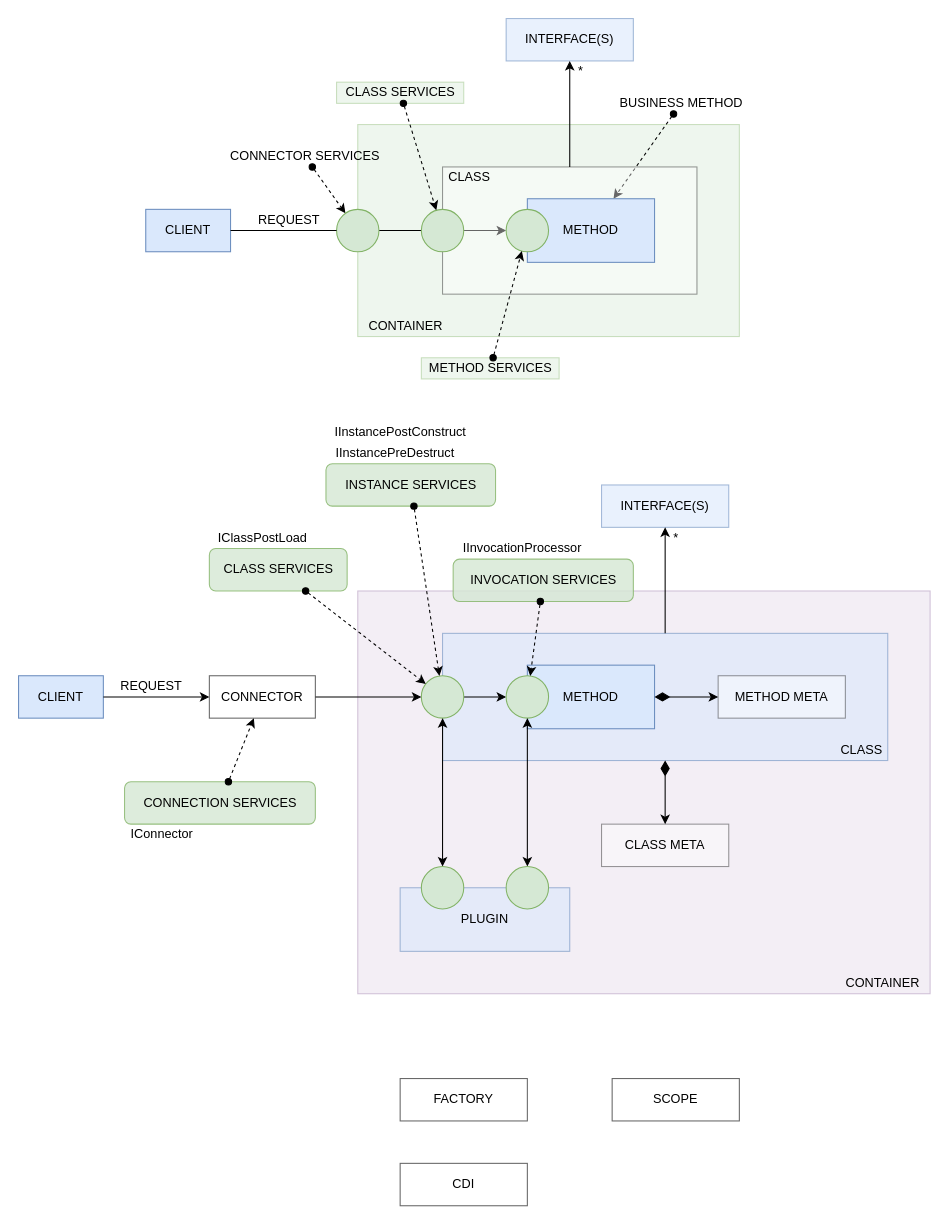
Earlier version of the draw.io diagram page "Services Overview" (3 of 11) of docs/container.drawio (js-lib-com/tiny-container). Source tidied: cells renumbered, new cells numbered last; positions are measured from the earlier drawing's top-left corner, leaving out a move shared by most shapes. Both pictures are drawn from the tidied source at 106%, with x=0, y=0 at pixel (18, 18).
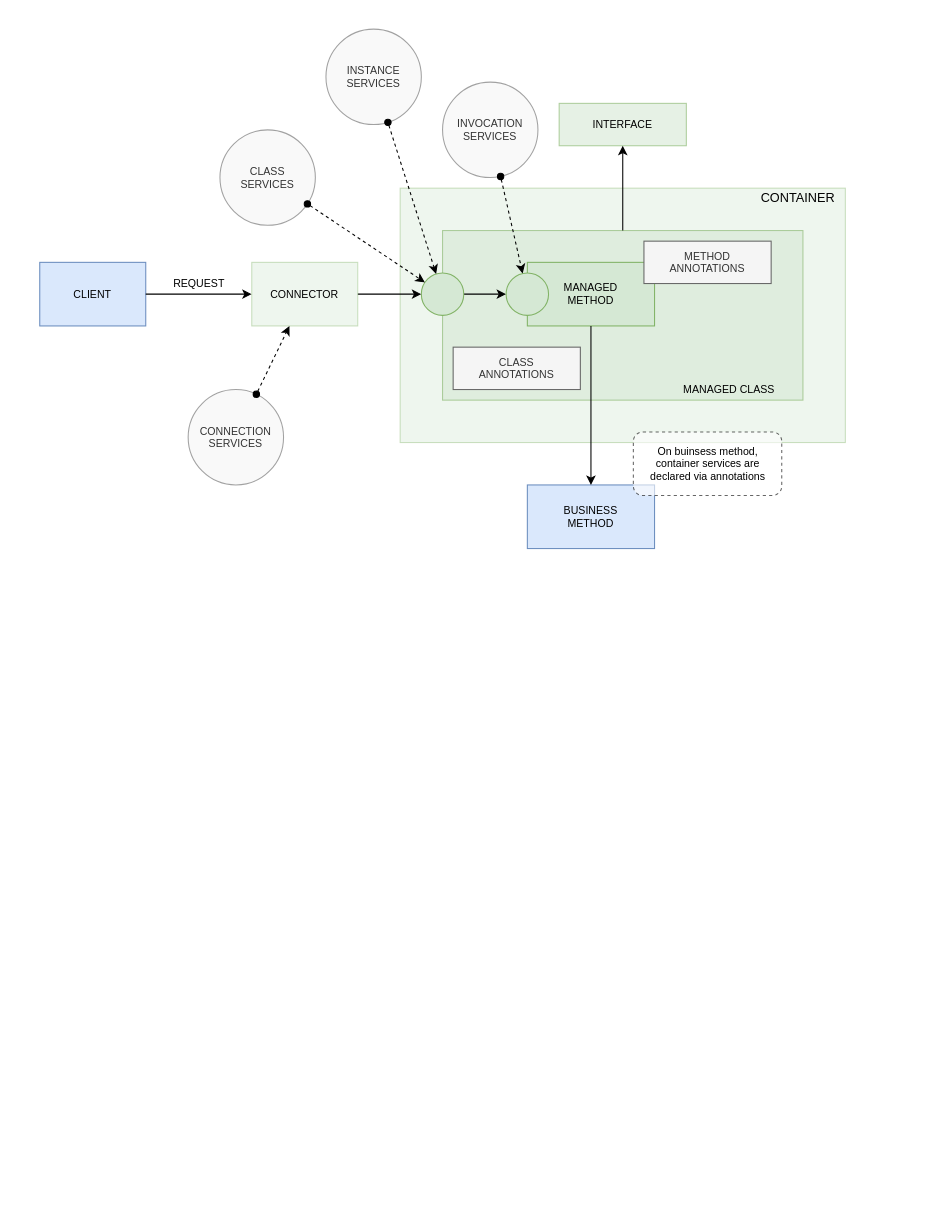
The same diagram, later.

What changed in the source:
```diff
@@
-    <mxCell id="2" style="rounded=0;whiteSpace=wrap;html=1;fillColor=#d5e8d4;strokeColor=#82b366;opacity=40;" parent="1" vertex="1">
-      <mxGeometry x="320" y="100" width="360" height="200" as="geometry" />
-    </mxCell>
-    <mxCell id="3" style="edgeStyle=orthogonalEdgeStyle;rounded=0;jettySize=auto;html=1;exitX=1;exitY=0.5;exitDx=0;exitDy=0;entryX=0;entryY=0.5;entryDx=0;entryDy=0;startArrow=none;" parent="1" edge="1" source="20" target="16">
-      <mxGeometry relative="1" as="geometry" />
-    </mxCell>
-    <mxCell id="4" value="CLIENT" style="rounded=0;whiteSpace=wrap;html=1;fillColor=#dae8fc;strokeColor=#6c8ebf;" parent="1" vertex="1">
-      <mxGeometry x="120" y="180" width="80" height="40" as="geometry" />
-    </mxCell>
-    <mxCell id="5" value="CONTAINER" style="text;html=1;align=center;verticalAlign=middle;strokeColor=none;fillColor=none;" parent="1" vertex="1">
-      <mxGeometry x="320" y="280" width="90" height="20" as="geometry" />
-    </mxCell>
-    <mxCell id="6" value="METHOD SERVICES" style="text;html=1;align=center;verticalAlign=middle;points=[];strokeColor=#82b366;fillColor=#d5e8d4;opacity=40;" parent="1" vertex="1">
-      <mxGeometry x="380" y="320" width="130" height="20" as="geometry" />
-    </mxCell>
-    <mxCell id="7" value="BUSINESS METHOD" style="text;html=1;align=center;verticalAlign=middle;points=[];strokeColor=none;fillColor=none;" parent="1" vertex="1">
-      <mxGeometry x="560" y="70" width="130" height="20" as="geometry" />
-    </mxCell>
-    <mxCell id="8" style="endArrow=classic;dashed=1;html=1;startArrow=oval;startFill=1;endFill=1;" parent="1" edge="1" source="7" target="10">
-      <mxGeometry relative="1" as="geometry" />
-    </mxCell>
-    <mxCell id="9" style="rounded=0;whiteSpace=wrap;html=1;opacity=40;" parent="1" vertex="1">
-      <mxGeometry x="400" y="140" width="240" height="120" as="geometry" />
-    </mxCell>
-    <mxCell id="10" value="METHOD" style="rounded=0;whiteSpace=wrap;html=1;fillColor=#dae8fc;strokeColor=#6c8ebf;" parent="1" vertex="1">
-      <mxGeometry x="480" y="170" width="120" height="60" as="geometry" />
-    </mxCell>
-    <mxCell id="11" value="CLASS" style="text;html=1;align=center;verticalAlign=middle;strokeColor=none;fillColor=none;" parent="1" vertex="1">
-      <mxGeometry x="400" y="140" width="50" height="20" as="geometry" />
-    </mxCell>
-    <mxCell id="12" style="ellipse;whiteSpace=wrap;html=1;fillColor=#d5e8d4;strokeColor=#82b366;" parent="1" vertex="1">
-      <mxGeometry x="380" y="180" width="40" height="40" as="geometry" />
-    </mxCell>
-    <mxCell id="13" value="CLASS SERVICES" style="text;html=1;align=center;verticalAlign=middle;points=[];strokeColor=#82b366;fillColor=#d5e8d4;opacity=40;" parent="1" vertex="1">
-      <mxGeometry x="300" y="60" width="120" height="20" as="geometry" />
-    </mxCell>
-    <mxCell id="14" value="CONNECTOR SERVICES" style="text;html=1;align=center;verticalAlign=middle;points=[];strokeColor=none;fillColor=none;" parent="1" vertex="1">
-      <mxGeometry x="190" y="120" width="160" height="20" as="geometry" />
-    </mxCell>
-    <mxCell id="15" style="endArrow=classic;dashed=1;html=1;startArrow=oval;startFill=1;endFill=1;" parent="1" edge="1" source="14" target="20">
-      <mxGeometry relative="1" as="geometry" />
-    </mxCell>
-    <mxCell id="16" style="ellipse;whiteSpace=wrap;html=1;fillColor=#d5e8d4;strokeColor=#82b366;" parent="1" vertex="1">
-      <mxGeometry x="460" y="180" width="40" height="40" as="geometry" />
-    </mxCell>
-    <mxCell id="17" value="INTERFACE(S)" style="rounded=0;whiteSpace=wrap;html=1;fillColor=#dae8fc;strokeColor=#6c8ebf;opacity=60;" parent="1" vertex="1">
-      <mxGeometry x="460" width="120" height="40" as="geometry" />
-    </mxCell>
-    <mxCell id="18" style="endArrow=classic;html=1;" parent="1" edge="1" source="9" target="17">
-      <mxGeometry relative="1" as="geometry" />
-    </mxCell>
-    <mxCell id="19" value="REQUEST" style="text;html=1;align=center;verticalAlign=middle;strokeColor=none;fillColor=none;" parent="1" vertex="1">
-      <mxGeometry x="220" y="180" width="70" height="20" as="geometry" />
-    </mxCell>
-    <mxCell id="20" style="ellipse;whiteSpace=wrap;html=1;fillColor=#d5e8d4;strokeColor=#82b366;" parent="1" vertex="1">
-      <mxGeometry x="300" y="180" width="40" height="40" as="geometry" />
-    </mxCell>
-    <mxCell id="21" style="edgeStyle=orthogonalEdgeStyle;rounded=0;jettySize=auto;html=1;exitX=1;exitY=0.5;exitDx=0;exitDy=0;entryX=0;entryY=0.5;entryDx=0;entryDy=0;endArrow=none;" parent="1" edge="1" source="4" target="20">
-      <mxGeometry relative="1" as="geometry" />
-    </mxCell>
-    <mxCell id="22" style="endArrow=classic;dashed=1;html=1;startArrow=oval;startFill=1;endFill=1;" parent="1" edge="1" source="13" target="12">
-      <mxGeometry relative="1" as="geometry" />
-    </mxCell>
-    <mxCell id="23" value="*" style="text;html=1;align=center;verticalAlign=middle;strokeColor=none;fillColor=none;" parent="1" vertex="1">
-      <mxGeometry x="520" y="40" width="20" height="20" as="geometry" />
-    </mxCell>
-    <mxCell id="24" style="endArrow=classic;dashed=1;html=1;startArrow=oval;startFill=1;endFill=1;" parent="1" edge="1" source="6" target="16">
-      <mxGeometry relative="1" as="geometry" />
-    </mxCell>
-    <mxCell id="25" style="rounded=0;whiteSpace=wrap;html=1;fillColor=#e1d5e7;strokeColor=#9673a6;opacity=40;" parent="1" vertex="1">
-      <mxGeometry x="320" y="540" width="540" height="380" as="geometry" />
+    <mxCell id="25" style="rounded=0;whiteSpace=wrap;html=1;fillColor=#d5e8d4;strokeColor=#82b366;opacity=40;" parent="1" vertex="1">
+      <mxGeometry x="360" y="160" width="420" height="240" as="geometry" />
     </mxCell>
-    <mxCell id="26" value="CLIENT" style="rounded=0;whiteSpace=wrap;html=1;fillColor=#dae8fc;strokeColor=#6c8ebf;" parent="1" vertex="1">
-      <mxGeometry y="620" width="80" height="40" as="geometry" />
+    <mxCell id="26" value="CLIENT" style="rounded=0;whiteSpace=wrap;html=1;fillColor=#dae8fc;strokeColor=#6c8ebf;fontSize=10;" parent="1" vertex="1">
+      <mxGeometry x="20" y="230" width="100" height="60" as="geometry" />
     </mxCell>
     <mxCell id="27" value="CONTAINER" style="text;html=1;align=center;verticalAlign=middle;strokeColor=none;fillColor=none;" parent="1" vertex="1">
-      <mxGeometry x="770" y="900" width="90" height="20" as="geometry" />
+      <mxGeometry x="690" y="160" width="90" height="20" as="geometry" />
     </mxCell>
-    <mxCell id="28" value="INVOCATION SERVICES" style="text;html=1;align=center;verticalAlign=middle;points=[];strokeColor=#82b366;fillColor=#d5e8d4;spacingTop=0;spacing=8;rounded=1;opacity=80;" parent="1" vertex="1">
-      <mxGeometry x="410" y="510" width="170" height="40" as="geometry" />
-    </mxCell>
-    <mxCell id="29" style="rounded=0;whiteSpace=wrap;html=1;opacity=60;fillColor=#dae8fc;strokeColor=#6c8ebf;" parent="1" vertex="1">
-      <mxGeometry x="400" y="580" width="420" height="120" as="geometry" />
+    <mxCell id="29" style="rounded=0;whiteSpace=wrap;html=1;opacity=60;fillColor=#d5e8d4;strokeColor=#82b366;" parent="1" vertex="1">
+      <mxGeometry x="400" y="200" width="340" height="160" as="geometry" />
     </mxCell>
-    <mxCell id="30" value="METHOD" style="rounded=0;whiteSpace=wrap;html=1;fillColor=#dae8fc;strokeColor=#6c8ebf;" parent="1" vertex="1">
-      <mxGeometry x="480" y="610" width="120" height="60" as="geometry" />
+    <mxCell id="30" value="MANAGED&lt;br&gt;METHOD" style="rounded=0;whiteSpace=wrap;html=1;fillColor=#d5e8d4;strokeColor=#82b366;fontSize=10;" parent="1" vertex="1">
+      <mxGeometry x="480" y="230" width="120" height="60" as="geometry" />
     </mxCell>
-    <mxCell id="31" value="CLASS" style="text;html=1;align=center;verticalAlign=middle;strokeColor=none;fillColor=none;" parent="1" vertex="1">
-      <mxGeometry x="770" y="680" width="50" height="20" as="geometry" />
-    </mxCell>
@@
     <mxCell id="33" style="ellipse;whiteSpace=wrap;html=1;fillColor=#d5e8d4;strokeColor=#82b366;" parent="1" vertex="1">
-      <mxGeometry x="380" y="620" width="40" height="40" as="geometry" />
+      <mxGeometry x="380" y="240" width="40" height="40" as="geometry" />
     </mxCell>
-    <mxCell id="34" value="CLASS SERVICES" style="text;html=1;align=center;verticalAlign=middle;points=[];strokeColor=#82b366;fillColor=#d5e8d4;rounded=1;spacing=8;opacity=80;" parent="1" vertex="1">
-      <mxGeometry x="180" y="500" width="130" height="40" as="geometry" />
-    </mxCell>
     <mxCell id="35" style="ellipse;whiteSpace=wrap;html=1;fillColor=#d5e8d4;strokeColor=#82b366;" parent="1" vertex="1">
-      <mxGeometry x="460" y="620" width="40" height="40" as="geometry" />
+      <mxGeometry x="460" y="240" width="40" height="40" as="geometry" />
     </mxCell>
-    <mxCell id="36" value="INTERFACE(S)" style="rounded=0;whiteSpace=wrap;html=1;fillColor=#dae8fc;strokeColor=#6c8ebf;opacity=60;" parent="1" vertex="1">
-      <mxGeometry x="550" y="440" width="120" height="40" as="geometry" />
+    <mxCell id="36" value="INTERFACE" style="rounded=0;whiteSpace=wrap;html=1;fillColor=#d5e8d4;strokeColor=#82b366;opacity=60;fontSize=10;" parent="1" vertex="1">
+      <mxGeometry x="510" y="80" width="120" height="40" as="geometry" />
     </mxCell>
@@
-    <mxCell id="38" value="REQUEST" style="text;html=1;align=center;verticalAlign=middle;strokeColor=none;fillColor=none;" parent="1" vertex="1">
-      <mxGeometry x="90" y="620" width="70" height="20" as="geometry" />
+    <mxCell id="38" value="REQUEST" style="text;html=1;align=center;verticalAlign=middle;strokeColor=none;fillColor=none;fontSize=10;" parent="1" vertex="1">
+      <mxGeometry x="140" y="240" width="60" height="20" as="geometry" />
     </mxCell>
@@
-    <mxCell id="40" style="endArrow=classic;dashed=1;html=1;startArrow=oval;startFill=1;endFill=1;" parent="1" edge="1" source="34" target="33">
-      <mxGeometry relative="1" as="geometry" />
-    </mxCell>
-    <mxCell id="41" value="*" style="text;html=1;align=center;verticalAlign=middle;strokeColor=none;fillColor=none;" parent="1" vertex="1">
-      <mxGeometry x="610" y="480" width="20" height="20" as="geometry" />
-    </mxCell>
-    <mxCell id="42" style="endArrow=classic;dashed=1;html=1;startArrow=oval;startFill=1;endFill=1;" parent="1" edge="1" source="28" target="35">
-      <mxGeometry relative="1" as="geometry" />
-    </mxCell>
-    <mxCell id="43" value="METHOD META" style="rounded=0;whiteSpace=wrap;html=1;opacity=40;" parent="1" vertex="1">
-      <mxGeometry x="660" y="620" width="120" height="40" as="geometry" />
+    <mxCell id="43" value="METHOD&lt;br&gt;ANNOTATIONS" style="rounded=0;whiteSpace=wrap;html=1;fontSize=10;fillColor=#f5f5f5;strokeColor=#666666;fontColor=#333333;" parent="1" vertex="1">
+      <mxGeometry x="590" y="210" width="120" height="40" as="geometry" />
     </mxCell>
-    <mxCell id="44" value="CLASS META" style="rounded=0;whiteSpace=wrap;html=1;opacity=40;" parent="1" vertex="1">
-      <mxGeometry x="550" y="760" width="120" height="40" as="geometry" />
+    <mxCell id="44" value="CLASS&lt;br&gt;ANNOTATIONS" style="rounded=0;whiteSpace=wrap;html=1;fontSize=10;fillColor=#f5f5f5;strokeColor=#666666;fontColor=#333333;" parent="1" vertex="1">
+      <mxGeometry x="410" y="310" width="120" height="40" as="geometry" />
     </mxCell>
-    <mxCell id="45" style="endArrow=classic;html=1;startArrow=diamondThin;startFill=1;startSize=12;" parent="1" edge="1" source="29" target="44">
-      <mxGeometry relative="1" as="geometry" />
-    </mxCell>
-    <mxCell id="46" style="endArrow=classic;html=1;startArrow=diamondThin;startFill=1;startSize=12;" parent="1" edge="1" source="30" target="43">
-      <mxGeometry relative="1" as="geometry" />
-    </mxCell>
-    <mxCell id="47" value="FACTORY" style="rounded=0;whiteSpace=wrap;html=1;verticalAlign=middle;opacity=60;" parent="1" vertex="1">
-      <mxGeometry x="360" y="1000" width="120" height="40" as="geometry" />
-    </mxCell>
-    <mxCell id="48" value="SCOPE" style="rounded=0;whiteSpace=wrap;html=1;verticalAlign=middle;opacity=60;" parent="1" vertex="1">
-      <mxGeometry x="560" y="1000" width="120" height="40" as="geometry" />
-    </mxCell>
@@
-    <mxCell id="50" value="CONNECTOR" style="rounded=0;whiteSpace=wrap;html=1;verticalAlign=middle;opacity=60;" parent="1" vertex="1">
-      <mxGeometry x="180" y="620" width="100" height="40" as="geometry" />
+    <mxCell id="50" value="CONNECTOR" style="rounded=0;whiteSpace=wrap;html=1;verticalAlign=middle;opacity=40;fontSize=10;fillColor=#d5e8d4;strokeColor=#82b366;" parent="1" vertex="1">
+      <mxGeometry x="220" y="230" width="100" height="60" as="geometry" />
     </mxCell>
-    <mxCell id="51" value="PLUGIN" style="rounded=0;whiteSpace=wrap;html=1;verticalAlign=middle;opacity=60;fillColor=#dae8fc;strokeColor=#6c8ebf;" parent="1" vertex="1">
-      <mxGeometry x="360" y="820" width="160" height="60" as="geometry" />
-    </mxCell>
-    <mxCell id="52" style="edgeStyle=none;rounded=0;jettySize=auto;html=1;startArrow=classic;startFill=1;endArrow=classic;endFill=1;startSize=6;" parent="1" edge="1" source="53" target="33">
-      <mxGeometry relative="1" as="geometry" />
-    </mxCell>
-    <mxCell id="53" style="ellipse;whiteSpace=wrap;html=1;fillColor=#d5e8d4;strokeColor=#82b366;" parent="1" vertex="1">
-      <mxGeometry x="380" y="800" width="40" height="40" as="geometry" />
-    </mxCell>
-    <mxCell id="54" style="edgeStyle=none;rounded=0;jettySize=auto;html=1;entryX=0.5;entryY=1;entryDx=0;entryDy=0;startArrow=classic;startFill=1;endArrow=classic;endFill=1;startSize=6;" parent="1" edge="1" source="55" target="35">
-      <mxGeometry relative="1" as="geometry" />
-    </mxCell>
-    <mxCell id="55" style="ellipse;whiteSpace=wrap;html=1;fillColor=#d5e8d4;strokeColor=#82b366;" parent="1" vertex="1">
-      <mxGeometry x="460" y="800" width="40" height="40" as="geometry" />
-    </mxCell>
-    <mxCell id="56" value="INSTANCE SERVICES" style="text;html=1;align=center;verticalAlign=middle;points=[];strokeColor=#82b366;fillColor=#d5e8d4;rounded=1;spacing=8;opacity=80;" parent="1" vertex="1">
-      <mxGeometry x="290" y="420" width="160" height="40" as="geometry" />
-    </mxCell>
-    <mxCell id="57" style="endArrow=classic;dashed=1;html=1;startArrow=oval;startFill=1;endFill=1;" parent="1" edge="1" source="56" target="33">
-      <mxGeometry relative="1" as="geometry" />
-    </mxCell>
+    <mxCell id="31" value="MANAGED CLASS" style="text;html=1;align=center;verticalAlign=middle;strokeColor=none;fillColor=none;fontSize=10;fontColor=default;" parent="1" vertex="1">
+      <mxGeometry x="620" y="340" width="100" height="20" as="geometry" />
+    </mxCell>
+    <mxCell id="7" value="BUSINESS&lt;br&gt;METHOD" style="rounded=0;whiteSpace=wrap;html=1;fontSize=10;strokeColor=#6c8ebf;verticalAlign=middle;fillColor=#dae8fc;" parent="1" vertex="1">
+      <mxGeometry x="480" y="440" width="120" height="60" as="geometry" />
+    </mxCell>
+    <mxCell id="8" style="endArrow=classic;html=1;startArrow=none;startFill=0;endFill=1;" parent="1" edge="1" source="30" target="7">
+      <mxGeometry relative="1" as="geometry" />
+    </mxCell>
+    <mxCell id="66" value="On buinsess method, &lt;br&gt;container services are &lt;br&gt;declared via annotations" style="text;html=1;align=center;verticalAlign=middle;fontSize=10;spacing=10;labelBorderColor=none;dashed=1;fillColor=default;strokeColor=default;rounded=1;opacity=60;" parent="1" vertex="1">
+      <mxGeometry x="580" y="390" width="140" height="60" as="geometry" />
+    </mxCell>
-    <mxCell id="58" value="CONNECTION SERVICES" style="text;html=1;align=center;verticalAlign=middle;points=[];strokeColor=#82b366;fillColor=#d5e8d4;rounded=1;spacing=8;opacity=80;" parent="1" vertex="1">
-      <mxGeometry x="100" y="720" width="180" height="40" as="geometry" />
+    <mxCell id="58" value="CONNECTION&lt;br&gt;SERVICES" style="ellipse;whiteSpace=wrap;html=1;rounded=1;fontSize=10;fontColor=#333333;strokeColor=#666666;fillColor=#f5f5f5;verticalAlign=middle;spacing=0;opacity=60;" parent="1" vertex="1">
+      <mxGeometry x="160" y="350" width="90" height="90" as="geometry" />
     </mxCell>
@@
-    <mxCell id="60" value="IClassPostLoad" style="text;html=1;align=center;verticalAlign=middle;strokeColor=none;fillColor=none;" parent="1" vertex="1">
-      <mxGeometry x="180" y="480" width="100" height="20" as="geometry" />
-    </mxCell>
-    <mxCell id="61" value="IInstancePostConstruct" style="text;html=1;align=center;verticalAlign=middle;strokeColor=none;fillColor=none;" parent="1" vertex="1">
-      <mxGeometry x="290" y="380" width="140" height="20" as="geometry" />
-    </mxCell>
-    <mxCell id="62" value="&lt;span style=&quot;font-style: normal&quot;&gt;IInstancePreDestruct&lt;/span&gt;" style="text;html=1;align=center;verticalAlign=middle;strokeColor=none;fillColor=none;fontStyle=2;" parent="1" vertex="1">
-      <mxGeometry x="290" y="400" width="130" height="20" as="geometry" />
-    </mxCell>
-    <mxCell id="63" value="IInvocationProcessor" style="text;html=1;align=center;verticalAlign=middle;strokeColor=none;fillColor=none;" parent="1" vertex="1">
-      <mxGeometry x="410" y="490" width="130" height="20" as="geometry" />
-    </mxCell>
-    <mxCell id="64" value="IConnector" style="text;html=1;align=center;verticalAlign=middle;strokeColor=none;fillColor=none;" parent="1" vertex="1">
-      <mxGeometry x="100" y="760" width="70" height="20" as="geometry" />
-    </mxCell>
-    <mxCell id="65" value="CDI" style="rounded=0;whiteSpace=wrap;html=1;verticalAlign=middle;opacity=60;" parent="1" vertex="1">
-      <mxGeometry x="360" y="1080" width="120" height="40" as="geometry" />
-    </mxCell>
+    <mxCell id="67" value="CLASS&lt;br&gt;SERVICES" style="ellipse;whiteSpace=wrap;html=1;rounded=1;fontSize=10;fontColor=#333333;strokeColor=#666666;fillColor=#f5f5f5;verticalAlign=middle;spacing=0;opacity=60;" parent="1" vertex="1">
+      <mxGeometry x="190" y="105" width="90" height="90" as="geometry" />
+    </mxCell>
+    <mxCell id="56" value="INSTANCE&lt;br&gt;SERVICES" style="ellipse;whiteSpace=wrap;html=1;rounded=1;fontSize=10;fontColor=#333333;strokeColor=#666666;fillColor=#f5f5f5;verticalAlign=middle;spacing=0;opacity=60;" parent="1" vertex="1">
+      <mxGeometry x="290" y="10" width="90" height="90" as="geometry" />
+    </mxCell>
+    <mxCell id="28" value="INVOCATION&lt;br&gt;SERVICES" style="ellipse;whiteSpace=wrap;html=1;rounded=1;fontSize=10;fontColor=#333333;strokeColor=#666666;fillColor=#f5f5f5;verticalAlign=middle;spacing=0;opacity=60;" parent="1" vertex="1">
+      <mxGeometry x="400" y="60" width="90" height="90" as="geometry" />
+    </mxCell>
+    <mxCell id="40" style="endArrow=classic;dashed=1;html=1;startArrow=oval;startFill=1;endFill=1;" parent="1" edge="1" source="67" target="33">
+      <mxGeometry relative="1" as="geometry" />
+    </mxCell>
+    <mxCell id="57" style="endArrow=classic;dashed=1;html=1;startArrow=oval;startFill=1;endFill=1;" parent="1" edge="1" source="56" target="33">
+      <mxGeometry relative="1" as="geometry" />
+    </mxCell>
+    <mxCell id="42" style="endArrow=classic;dashed=1;html=1;startArrow=oval;startFill=1;endFill=1;" parent="1" edge="1" source="28" target="35">
+      <mxGeometry relative="1" as="geometry" />
+    </mxCell>
```
